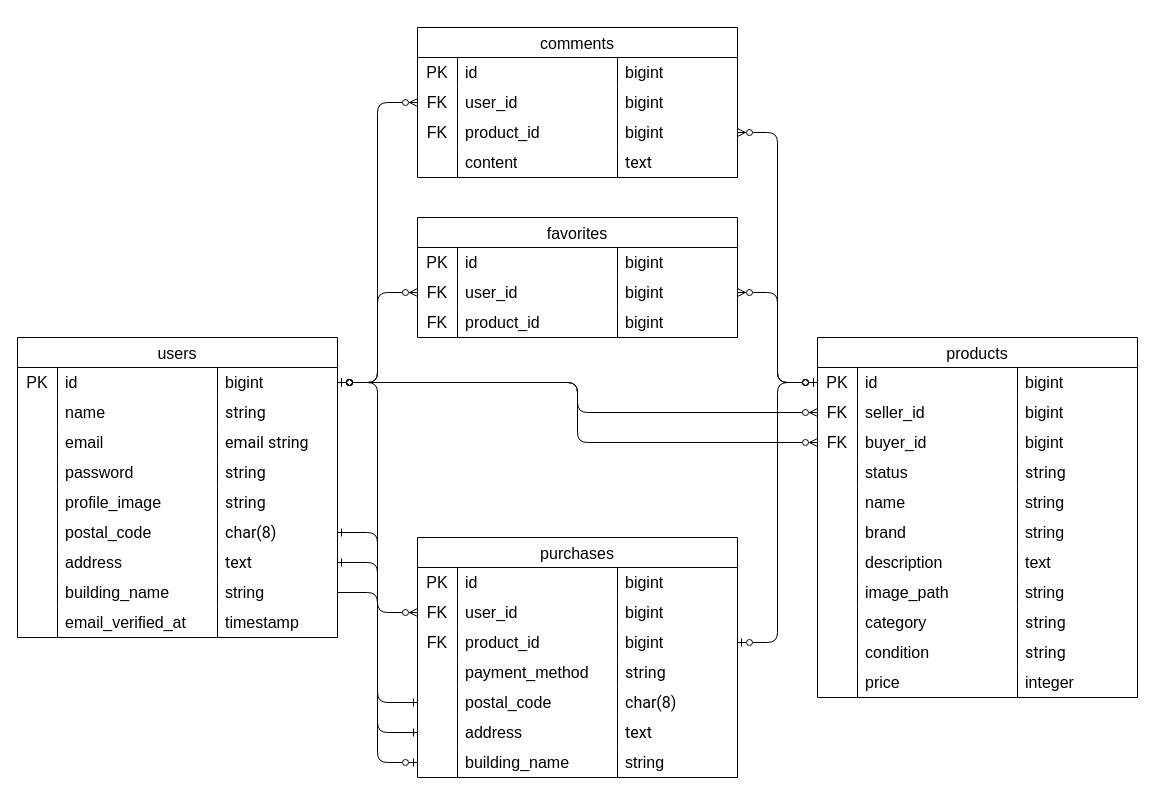
Earlier version of the draw.io diagram page "ページ2" (1 of 2) of .dio (sub-law/sub-law-mock-project-01). Source tidied: cells renumbered, new cells numbered last; positions are measured from the earlier drawing's top-left corner, leaving out a move shared by most shapes. Both pictures are drawn from the tidied source at 100%, with x=0, y=0 at pixel (17, 27).
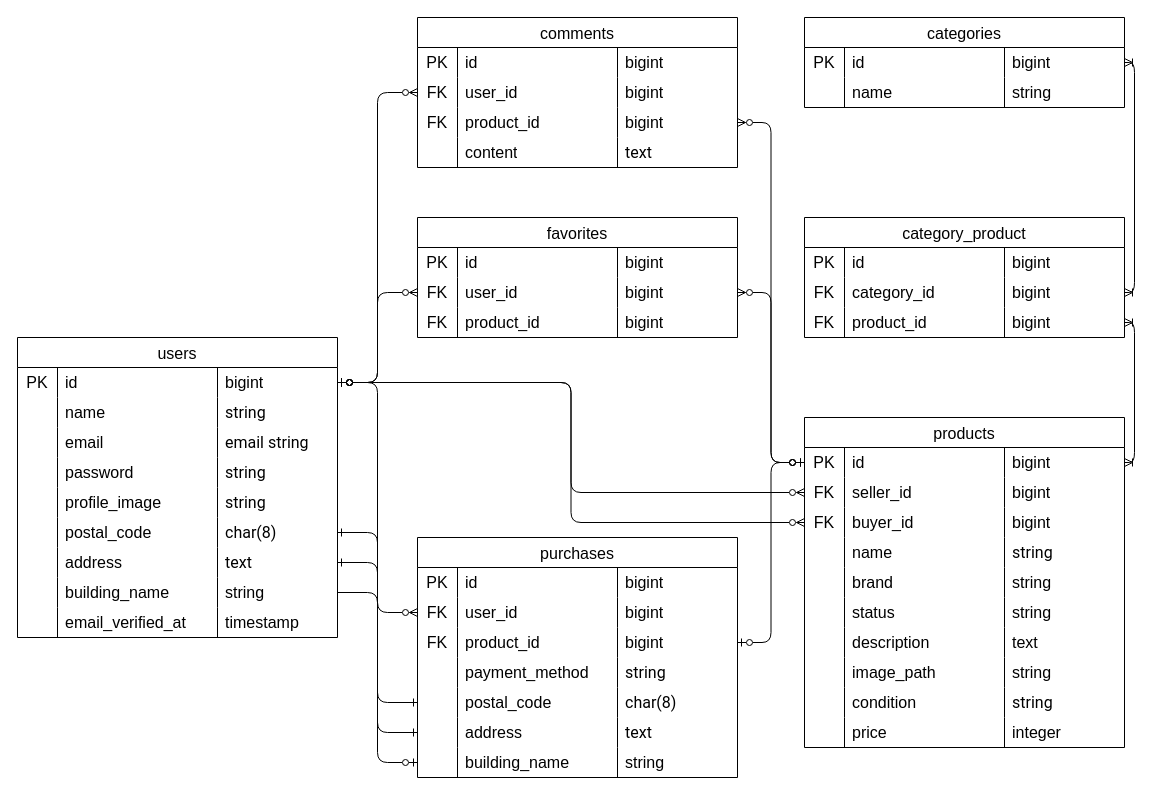
After the change.

The change refers to these unchanged cells:
```xml
<mxCell id="70" style="shape=tableRow;horizontal=0;startSize=0;swimlaneHead=0;swimlaneBody=0;top=0;left=0;bottom=0;right=0;fillColor=none;points=[[0,0.5],[1,0.5]];portConstraint=eastwest;strokeColor=inherit;fontSize=16;" parent="69" vertex="1">
  <mxGeometry y="30" width="320" height="30" as="geometry" />
</mxCell>
<mxCell id="82" style="shape=tableRow;horizontal=0;startSize=0;swimlaneHead=0;swimlaneBody=0;top=0;left=0;bottom=0;right=0;fillColor=none;strokeColor=inherit;fontSize=16;" parent="69" vertex="1">
  <mxGeometry y="120" width="320" height="30" as="geometry" />
</mxCell>
<mxCell id="86" style="shape=tableRow;horizontal=0;startSize=0;swimlaneHead=0;swimlaneBody=0;top=0;left=0;bottom=0;right=0;fillColor=none;strokeColor=inherit;fontSize=16;" parent="69" vertex="1">
  <mxGeometry y="150" width="320" height="30" as="geometry" />
</mxCell>
<mxCell id="90" style="shape=tableRow;horizontal=0;startSize=0;swimlaneHead=0;swimlaneBody=0;top=0;left=0;bottom=0;right=0;fillColor=none;strokeColor=inherit;fontSize=16;" parent="69" vertex="1">
  <mxGeometry y="180" width="320" height="30" as="geometry" />
</mxCell>
```

The edit, as a diff of the source:
```diff
@@
     <mxCell id="39" value="comments" style="shape=table;startSize=30;childLayout=tableLayout;rowLines=0;fontStyle=0;strokeColor=default;fontSize=16;" parent="1" vertex="1">
-      <mxGeometry x="400" width="320" height="150" as="geometry" />
+      <mxGeometry x="400" y="-10" width="320" height="150" as="geometry" />
     </mxCell>
@@
     <mxCell id="69" value="products" style="shape=table;startSize=30;childLayout=tableLayout;rowLines=0;fontStyle=0;strokeColor=default;fontSize=16;" parent="1" vertex="1">
-      <mxGeometry x="800" y="310" width="320" height="360" as="geometry" />
+      <mxGeometry x="787" y="390" width="320" height="330" as="geometry" />
     </mxCell>
@@
-    <mxCell id="84" value="&lt;span style=&quot;color: rgb(0, 0, 0); font-family: Arial;&quot;&gt;status&lt;/span&gt;" style="shape=partialRectangle;html=1;whiteSpace=wrap;fillColor=none;top=0;left=0;bottom=0;right=0;align=left;spacingLeft=6;overflow=hidden;strokeColor=inherit;fontSize=16;" parent="82" vertex="1">
+    <mxCell id="84" value="&lt;span style=&quot;color: rgb(0, 0, 0); font-family: Arial;&quot;&gt;name&lt;/span&gt;" style="shape=partialRectangle;html=1;whiteSpace=wrap;fillColor=none;top=0;left=0;bottom=0;right=0;align=left;spacingLeft=6;overflow=hidden;strokeColor=inherit;fontSize=16;" parent="82" vertex="1">
       <mxGeometry x="40" width="160" height="30" as="geometry" />
     </mxCell>
@@
-    <mxCell id="88" value="name" style="shape=partialRectangle;html=1;whiteSpace=wrap;fillColor=none;top=0;left=0;bottom=0;right=0;align=left;spacingLeft=6;overflow=hidden;strokeColor=inherit;fontSize=16;" parent="86" vertex="1">
+    <mxCell id="88" value="brand" style="shape=partialRectangle;html=1;whiteSpace=wrap;fillColor=none;top=0;left=0;bottom=0;right=0;align=left;spacingLeft=6;overflow=hidden;strokeColor=inherit;fontSize=16;" parent="86" vertex="1">
       <mxGeometry x="40" width="160" height="30" as="geometry" />
     </mxCell>
@@
-    <mxCell id="92" value="&lt;span style=&quot;color: rgb(0, 0, 0); font-family: Arial;&quot;&gt;brand&lt;/span&gt;" style="shape=partialRectangle;html=1;whiteSpace=wrap;fillColor=none;top=0;left=0;bottom=0;right=0;align=left;spacingLeft=6;overflow=hidden;strokeColor=inherit;fontSize=16;" parent="90" vertex="1">
+    <mxCell id="92" value="&lt;span style=&quot;color: rgb(0, 0, 0); font-family: Arial;&quot;&gt;status&lt;/span&gt;" style="shape=partialRectangle;html=1;whiteSpace=wrap;fillColor=none;top=0;left=0;bottom=0;right=0;align=left;spacingLeft=6;overflow=hidden;strokeColor=inherit;fontSize=16;" parent="90" vertex="1">
       <mxGeometry x="40" width="160" height="30" as="geometry" />
     </mxCell>
@@
-    <mxCell id="102" style="shape=tableRow;horizontal=0;startSize=0;swimlaneHead=0;swimlaneBody=0;top=0;left=0;bottom=0;right=0;fillColor=none;strokeColor=inherit;fontSize=16;" parent="69" vertex="1">
-      <mxGeometry y="270" width="320" height="30" as="geometry" />
-    </mxCell>
-    <mxCell id="103" style="shape=partialRectangle;html=1;whiteSpace=wrap;fillColor=none;top=0;left=0;bottom=0;right=0;overflow=hidden;strokeColor=inherit;fontSize=16;" parent="102" vertex="1">
-      <mxGeometry width="40" height="30" as="geometry" />
-    </mxCell>
-    <mxCell id="104" value="&lt;span style=&quot;color: rgb(0, 0, 0); font-family: Arial;&quot;&gt;category&lt;/span&gt;" style="shape=partialRectangle;html=1;whiteSpace=wrap;fillColor=none;top=0;left=0;bottom=0;right=0;align=left;spacingLeft=6;overflow=hidden;strokeColor=inherit;fontSize=16;" parent="102" vertex="1">
-      <mxGeometry x="40" width="160" height="30" as="geometry" />
-    </mxCell>
-    <mxCell id="105" value="&lt;span style=&quot;color: rgb(0, 0, 0); font-family: Roboto, Arial;&quot;&gt;string&lt;/span&gt;" style="shape=partialRectangle;html=1;whiteSpace=wrap;fillColor=none;top=0;left=0;bottom=0;right=0;align=left;spacingLeft=6;overflow=hidden;strokeColor=inherit;fontSize=16;" parent="102" vertex="1">
-      <mxGeometry x="200" width="120" height="30" as="geometry" />
-    </mxCell>
     <mxCell id="106" style="shape=tableRow;horizontal=0;startSize=0;swimlaneHead=0;swimlaneBody=0;top=0;left=0;bottom=0;right=0;fillColor=none;strokeColor=inherit;fontSize=16;" parent="69" vertex="1">
-      <mxGeometry y="300" width="320" height="30" as="geometry" />
+      <mxGeometry y="270" width="320" height="30" as="geometry" />
     </mxCell>
@@
     <mxCell id="110" style="shape=tableRow;horizontal=0;startSize=0;swimlaneHead=0;swimlaneBody=0;top=0;left=0;bottom=0;right=0;fillColor=none;strokeColor=inherit;fontSize=16;" parent="69" vertex="1">
-      <mxGeometry y="330" width="320" height="30" as="geometry" />
+      <mxGeometry y="300" width="320" height="30" as="geometry" />
     </mxCell>
@@
+    <mxCell id="154" value="categories" style="shape=table;startSize=30;childLayout=tableLayout;rowLines=0;fontStyle=0;strokeColor=default;fontSize=16;" parent="1" vertex="1">
+      <mxGeometry x="787" y="-10" width="320" height="90" as="geometry" />
+    </mxCell>
+    <mxCell id="155" style="shape=tableRow;horizontal=0;startSize=0;swimlaneHead=0;swimlaneBody=0;top=0;left=0;bottom=0;right=0;fillColor=none;points=[[0,0.5],[1,0.5]];portConstraint=eastwest;strokeColor=inherit;fontSize=16;" parent="154" vertex="1">
+      <mxGeometry y="30" width="320" height="30" as="geometry" />
+    </mxCell>
+    <mxCell id="156" value="PK" style="shape=partialRectangle;html=1;whiteSpace=wrap;fillColor=none;top=0;left=0;bottom=0;right=0;overflow=hidden;strokeColor=inherit;fontSize=16;" parent="155" vertex="1">
+      <mxGeometry width="40" height="30" as="geometry" />
+    </mxCell>
+    <mxCell id="157" value="id" style="shape=partialRectangle;html=1;whiteSpace=wrap;fillColor=none;top=0;left=0;bottom=0;right=0;align=left;spacingLeft=6;overflow=hidden;strokeColor=inherit;fontSize=16;" parent="155" vertex="1">
+      <mxGeometry x="40" width="160" height="30" as="geometry" />
+    </mxCell>
+    <mxCell id="158" value="&lt;span style=&quot;color: rgb(0, 0, 0); font-family: Arial;&quot;&gt;bigint&lt;/span&gt;" style="shape=partialRectangle;html=1;whiteSpace=wrap;fillColor=none;top=0;left=0;bottom=0;right=0;align=left;spacingLeft=6;overflow=hidden;strokeColor=inherit;fontSize=16;" parent="155" vertex="1">
+      <mxGeometry x="200" width="120" height="30" as="geometry" />
+    </mxCell>
+    <mxCell id="159" style="shape=tableRow;horizontal=0;startSize=0;swimlaneHead=0;swimlaneBody=0;top=0;left=0;bottom=0;right=0;fillColor=none;strokeColor=inherit;fontSize=16;" parent="154" vertex="1">
+      <mxGeometry y="60" width="320" height="30" as="geometry" />
+    </mxCell>
+    <mxCell id="103" style="shape=partialRectangle;html=1;whiteSpace=wrap;fillColor=none;top=0;left=0;bottom=0;right=0;overflow=hidden;strokeColor=inherit;fontSize=16;" parent="159" vertex="1">
+      <mxGeometry width="40" height="30" as="geometry" />
+    </mxCell>
+    <mxCell id="160" value="name" style="shape=partialRectangle;html=1;whiteSpace=wrap;fillColor=none;top=0;left=0;bottom=0;right=0;align=left;spacingLeft=6;overflow=hidden;strokeColor=inherit;fontSize=16;" parent="159" vertex="1">
+      <mxGeometry x="40" width="160" height="30" as="geometry" />
+    </mxCell>
+    <mxCell id="105" value="&lt;span style=&quot;color: rgb(0, 0, 0); font-family: Arial;&quot;&gt;string&lt;/span&gt;" style="shape=partialRectangle;html=1;whiteSpace=wrap;fillColor=none;top=0;left=0;bottom=0;right=0;align=left;spacingLeft=6;overflow=hidden;strokeColor=inherit;fontSize=16;" parent="159" vertex="1">
+      <mxGeometry x="200" width="120" height="30" as="geometry" />
+    </mxCell>
+    <mxCell id="161" value="category_product" style="shape=table;startSize=30;childLayout=tableLayout;rowLines=0;fontStyle=0;strokeColor=default;fontSize=16;" parent="1" vertex="1">
+      <mxGeometry x="787" y="190" width="320" height="120" as="geometry" />
+    </mxCell>
+    <mxCell id="162" style="shape=tableRow;horizontal=0;startSize=0;swimlaneHead=0;swimlaneBody=0;top=0;left=0;bottom=0;right=0;fillColor=none;strokeColor=inherit;fontSize=16;" parent="161" vertex="1">
+      <mxGeometry y="30" width="320" height="30" as="geometry" />
+    </mxCell>
+    <mxCell id="163" value="PK" style="shape=partialRectangle;html=1;whiteSpace=wrap;fillColor=none;top=0;left=0;bottom=0;right=0;overflow=hidden;strokeColor=inherit;fontSize=16;" parent="162" vertex="1">
+      <mxGeometry width="40" height="30" as="geometry" />
+    </mxCell>
+    <mxCell id="164" value="id" style="shape=partialRectangle;html=1;whiteSpace=wrap;fillColor=none;top=0;left=0;bottom=0;right=0;align=left;spacingLeft=6;overflow=hidden;strokeColor=inherit;fontSize=16;" parent="162" vertex="1">
+      <mxGeometry x="40" width="160" height="30" as="geometry" />
+    </mxCell>
+    <mxCell id="165" value="&lt;span style=&quot;color: rgb(0, 0, 0); font-family: Arial;&quot;&gt;bigint&lt;/span&gt;" style="shape=partialRectangle;html=1;whiteSpace=wrap;fillColor=none;top=0;left=0;bottom=0;right=0;align=left;spacingLeft=6;overflow=hidden;strokeColor=inherit;fontSize=16;" parent="162" vertex="1">
+      <mxGeometry x="200" width="120" height="30" as="geometry" />
+    </mxCell>
+    <mxCell id="166" style="shape=tableRow;horizontal=0;startSize=0;swimlaneHead=0;swimlaneBody=0;top=0;left=0;bottom=0;right=0;fillColor=none;points=[[0,0.5],[1,0.5]];portConstraint=eastwest;strokeColor=inherit;fontSize=16;" parent="161" vertex="1">
+      <mxGeometry y="60" width="320" height="30" as="geometry" />
+    </mxCell>
+    <mxCell id="167" value="FK" style="shape=partialRectangle;html=1;whiteSpace=wrap;fillColor=none;top=0;left=0;bottom=0;right=0;overflow=hidden;strokeColor=inherit;fontSize=16;" parent="166" vertex="1">
+      <mxGeometry width="40" height="30" as="geometry" />
+    </mxCell>
+    <mxCell id="168" value="&lt;span style=&quot;color: rgb(0, 0, 0); text-align: center; text-wrap-mode: nowrap;&quot;&gt;category_id&lt;/span&gt;" style="shape=partialRectangle;html=1;whiteSpace=wrap;fillColor=none;top=0;left=0;bottom=0;right=0;align=left;spacingLeft=6;overflow=hidden;strokeColor=inherit;fontSize=16;" parent="166" vertex="1">
+      <mxGeometry x="40" width="160" height="30" as="geometry" />
+    </mxCell>
+    <mxCell id="169" value="&lt;span style=&quot;color: rgb(0, 0, 0); font-family: Arial;&quot;&gt;bigint&lt;/span&gt;" style="shape=partialRectangle;html=1;whiteSpace=wrap;fillColor=none;top=0;left=0;bottom=0;right=0;align=left;spacingLeft=6;overflow=hidden;strokeColor=inherit;fontSize=16;" parent="166" vertex="1">
+      <mxGeometry x="200" width="120" height="30" as="geometry" />
+    </mxCell>
+    <mxCell id="170" style="shape=tableRow;horizontal=0;startSize=0;swimlaneHead=0;swimlaneBody=0;top=0;left=0;bottom=0;right=0;fillColor=none;points=[[0,0.5],[1,0.5]];portConstraint=eastwest;strokeColor=inherit;fontSize=16;" parent="161" vertex="1">
+      <mxGeometry y="90" width="320" height="30" as="geometry" />
+    </mxCell>
+    <mxCell id="171" value="FK" style="shape=partialRectangle;html=1;whiteSpace=wrap;fillColor=none;top=0;left=0;bottom=0;right=0;overflow=hidden;strokeColor=inherit;fontSize=16;" parent="170" vertex="1">
+      <mxGeometry width="40" height="30" as="geometry" />
+    </mxCell>
+    <mxCell id="172" value="&lt;span style=&quot;color: rgb(0, 0, 0); font-family: Arial;&quot;&gt;product_id&lt;/span&gt;" style="shape=partialRectangle;html=1;whiteSpace=wrap;fillColor=none;top=0;left=0;bottom=0;right=0;align=left;spacingLeft=6;overflow=hidden;strokeColor=inherit;fontSize=16;" parent="170" vertex="1">
+      <mxGeometry x="40" width="160" height="30" as="geometry" />
+    </mxCell>
+    <mxCell id="173" value="&lt;span style=&quot;color: rgb(0, 0, 0); font-family: Arial;&quot;&gt;bigint&lt;/span&gt;" style="shape=partialRectangle;html=1;whiteSpace=wrap;fillColor=none;top=0;left=0;bottom=0;right=0;align=left;spacingLeft=6;overflow=hidden;strokeColor=inherit;fontSize=16;" parent="170" vertex="1">
+      <mxGeometry x="200" width="120" height="30" as="geometry" />
+    </mxCell>
+    <mxCell id="174" style="edgeStyle=orthogonalEdgeStyle;html=1;exitX=1;exitY=0.5;exitDx=0;exitDy=0;endArrow=ERoneToMany;endFill=0;startArrow=ERoneToMany;startFill=0;" parent="1" edge="1" source="170" target="70">
+      <mxGeometry relative="1" as="geometry" />
+    </mxCell>
+    <mxCell id="175" style="edgeStyle=orthogonalEdgeStyle;html=1;exitX=1;exitY=0.5;exitDx=0;exitDy=0;startArrow=ERoneToMany;startFill=0;endArrow=ERoneToMany;endFill=0;" parent="1" edge="1" source="166" target="155">
+      <mxGeometry relative="1" as="geometry" />
+    </mxCell>
```
